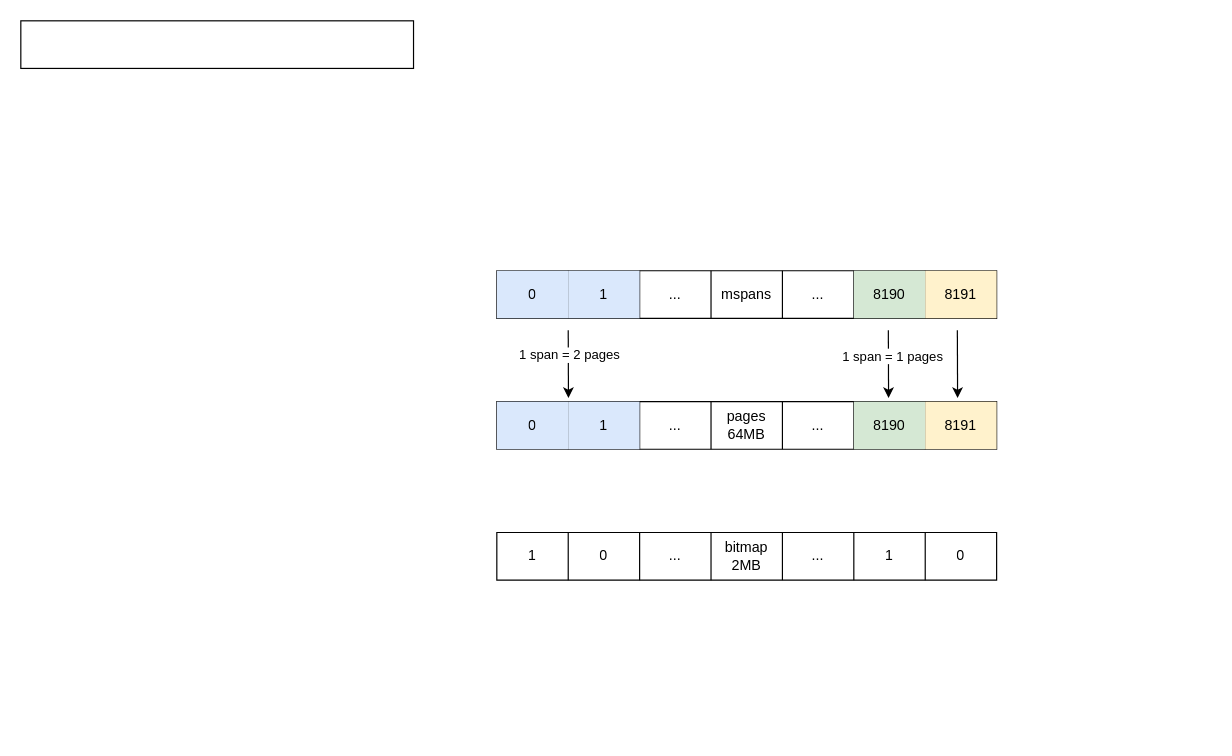
Earlier version of the draw.io diagram Untitled Diagram.drawio (henrykin/diagram). Source tidied: cells renumbered, new cells numbered last; positions are measured from the earlier drawing's top-left corner, leaving out a move shared by most shapes. Both pictures are drawn from the tidied source at 119%, with x=0, y=0 at pixel (20, 20).
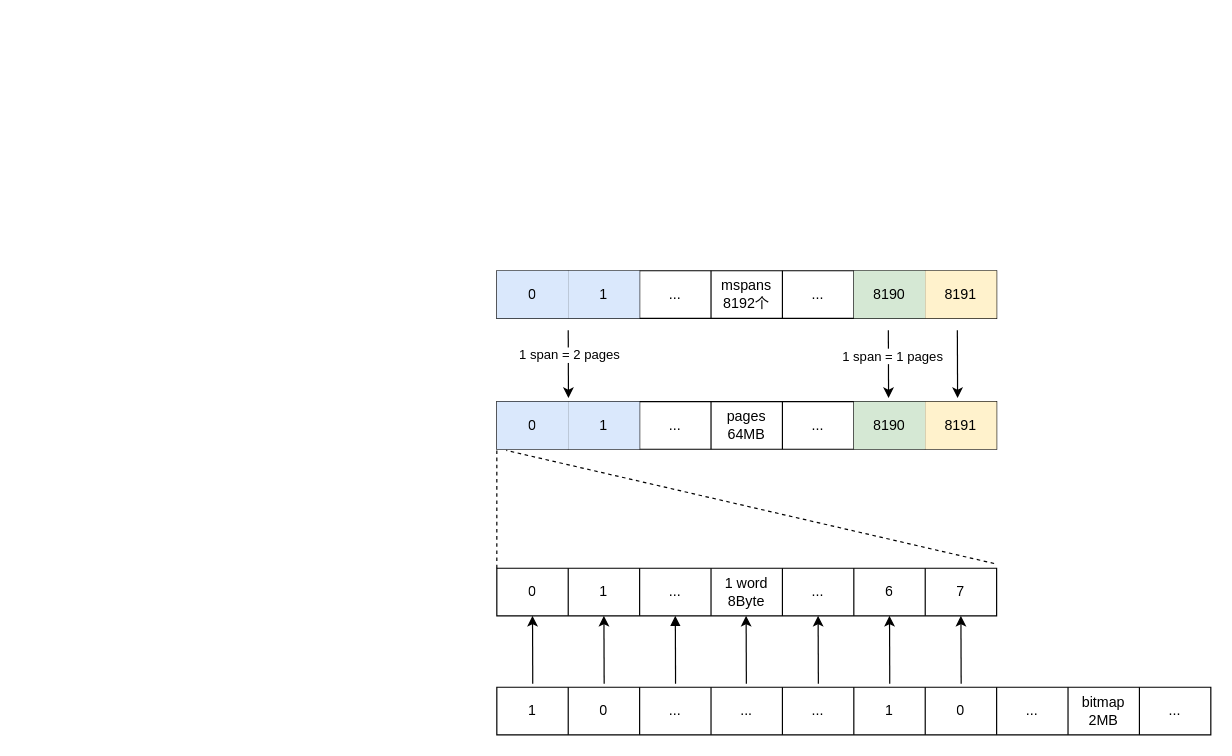
Above is the later version.

The change refers to these unchanged cells:
```xml
<mxCell id="12" style="shape=tableRow;horizontal=0;startSize=0;swimlaneHead=0;swimlaneBody=0;top=0;left=0;bottom=0;right=0;fillColor=none;" parent="11" vertex="1">
  <mxGeometry width="420" height="40" as="geometry" />
</mxCell>
<mxCell id="22" value="0" style="shape=partialRectangle;html=1;whiteSpace=wrap;overflow=hidden;fillColor=#dae8fc;top=0;left=0;bottom=0;right=0;strokeColor=#6c8ebf;" parent="21" vertex="1">
  <mxGeometry width="60" height="40" as="geometry" />
</mxCell>
```

Diff of the diagram source:
```diff
@@
     <mxCell id="2" style="shape=table;startSize=0;childLayout=tableLayout;" parent="1" vertex="1">
-      <mxGeometry x="400" y="430" width="420" height="40" as="geometry" />
+      <mxGeometry x="400" y="560" width="600" height="40" as="geometry" />
     </mxCell>
     <mxCell id="3" style="shape=tableRow;horizontal=0;startSize=0;swimlaneHead=0;swimlaneBody=0;top=0;left=0;bottom=0;right=0;fillColor=none;" parent="2" vertex="1">
-      <mxGeometry width="420" height="40" as="geometry" />
+      <mxGeometry width="600" height="40" as="geometry" />
     </mxCell>
@@
-    <mxCell id="7" value="bitmap&lt;br&gt;2MB" style="shape=partialRectangle;html=1;whiteSpace=wrap;overflow=hidden;fillColor=none;top=0;left=0;bottom=0;right=0;" parent="3" vertex="1">
+    <mxCell id="7" value="..." style="shape=partialRectangle;html=1;whiteSpace=wrap;overflow=hidden;fillColor=none;top=0;left=0;bottom=0;right=0;" parent="3" vertex="1">
       <mxGeometry x="180" width="60" height="40" as="geometry" />
     </mxCell>
@@
+    <mxCell id="35" value="..." style="shape=partialRectangle;html=1;whiteSpace=wrap;overflow=hidden;fillColor=none;top=0;left=0;bottom=0;right=0;" parent="3" vertex="1">
+      <mxGeometry x="420" width="60" height="40" as="geometry" />
+    </mxCell>
+    <mxCell id="36" value="bitmap&lt;br&gt;2MB" style="shape=partialRectangle;html=1;whiteSpace=wrap;overflow=hidden;fillColor=none;top=0;left=0;bottom=0;right=0;" parent="3" vertex="1">
+      <mxGeometry x="480" width="60" height="40" as="geometry" />
+    </mxCell>
+    <mxCell id="37" value="..." style="shape=partialRectangle;html=1;whiteSpace=wrap;overflow=hidden;fillColor=none;top=0;left=0;bottom=0;right=0;" parent="3" vertex="1">
+      <mxGeometry x="540" width="60" height="40" as="geometry" />
+    </mxCell>
@@
-    <mxCell id="16" value="mspans" style="shape=partialRectangle;html=1;whiteSpace=wrap;overflow=hidden;fillColor=none;top=0;left=0;bottom=0;right=0;" parent="12" vertex="1">
+    <mxCell id="16" value="mspans&lt;br&gt;8192个" style="shape=partialRectangle;html=1;whiteSpace=wrap;overflow=hidden;fillColor=none;top=0;left=0;bottom=0;right=0;" parent="12" vertex="1">
       <mxGeometry x="180" width="60" height="40" as="geometry" />
     </mxCell>
@@
-    <mxCell id="34" style="rounded=0;whiteSpace=wrap;html=1;" parent="1" vertex="1">
-      <mxGeometry width="330" height="40" as="geometry" />
-    </mxCell>
+    <mxCell id="38" style="shape=table;startSize=0;childLayout=tableLayout;" parent="1" vertex="1">
+      <mxGeometry x="400" y="460" width="420" height="40" as="geometry" />
+    </mxCell>
+    <mxCell id="39" style="shape=tableRow;horizontal=0;startSize=0;swimlaneHead=0;swimlaneBody=0;top=0;left=0;bottom=0;right=0;fillColor=none;points=[[0,0.5],[1,0.5]];portConstraint=eastwest;" parent="38" vertex="1">
+      <mxGeometry width="420" height="40" as="geometry" />
+    </mxCell>
+    <mxCell id="40" value="0" style="shape=partialRectangle;html=1;whiteSpace=wrap;overflow=hidden;fillColor=none;top=0;left=0;bottom=0;right=0;" parent="39" vertex="1">
+      <mxGeometry width="60" height="40" as="geometry" />
+    </mxCell>
+    <mxCell id="41" value="1" style="shape=partialRectangle;html=1;whiteSpace=wrap;overflow=hidden;fillColor=none;top=0;left=0;bottom=0;right=0;" parent="39" vertex="1">
+      <mxGeometry x="60" width="60" height="40" as="geometry" />
+    </mxCell>
+    <mxCell id="42" value="..." style="shape=partialRectangle;html=1;whiteSpace=wrap;overflow=hidden;fillColor=none;top=0;left=0;bottom=0;right=0;" parent="39" vertex="1">
+      <mxGeometry x="120" width="60" height="40" as="geometry" />
+    </mxCell>
+    <mxCell id="43" value="1 word&lt;br&gt;8Byte" style="shape=partialRectangle;html=1;whiteSpace=wrap;overflow=hidden;fillColor=none;top=0;left=0;bottom=0;right=0;" parent="39" vertex="1">
+      <mxGeometry x="180" width="60" height="40" as="geometry" />
+    </mxCell>
+    <mxCell id="44" value="..." style="shape=partialRectangle;html=1;whiteSpace=wrap;overflow=hidden;fillColor=none;top=0;left=0;bottom=0;right=0;" parent="39" vertex="1">
+      <mxGeometry x="240" width="60" height="40" as="geometry" />
+    </mxCell>
+    <mxCell id="45" value="6" style="shape=partialRectangle;html=1;whiteSpace=wrap;overflow=hidden;fillColor=none;top=0;left=0;bottom=0;right=0;" parent="39" vertex="1">
+      <mxGeometry x="300" width="60" height="40" as="geometry" />
+    </mxCell>
+    <mxCell id="46" value="7" style="shape=partialRectangle;html=1;whiteSpace=wrap;overflow=hidden;fillColor=none;top=0;left=0;bottom=0;right=0;" parent="39" vertex="1">
+      <mxGeometry x="360" width="60" height="40" as="geometry" />
+    </mxCell>
+    <mxCell id="47" style="endArrow=none;html=1;rounded=0;exitX=0.14;exitY=1.075;exitDx=0;exitDy=0;exitPerimeter=0;startArrow=classic;startFill=1;endFill=0;" parent="1" edge="1">
+      <mxGeometry relative="1" as="geometry">
+        <mxPoint x="430" y="500" as="sourcePoint" />
+        <mxPoint x="430.2" y="557" as="targetPoint" />
+      </mxGeometry>
+    </mxCell>
+    <mxCell id="48" style="endArrow=none;html=1;rounded=0;exitX=0.14;exitY=1.075;exitDx=0;exitDy=0;exitPerimeter=0;startArrow=classic;startFill=1;endFill=0;" parent="1" edge="1">
+      <mxGeometry relative="1" as="geometry">
+        <mxPoint x="490" y="500" as="sourcePoint" />
+        <mxPoint x="490.2" y="557" as="targetPoint" />
+      </mxGeometry>
+    </mxCell>
+    <mxCell id="49" style="endArrow=none;html=1;rounded=0;exitX=0.14;exitY=1.075;exitDx=0;exitDy=0;exitPerimeter=0;startArrow=block;startFill=1;endFill=0;" parent="1" edge="1">
+      <mxGeometry relative="1" as="geometry">
+        <mxPoint x="550" y="500" as="sourcePoint" />
+        <mxPoint x="550.2" y="557" as="targetPoint" />
+      </mxGeometry>
+    </mxCell>
+    <mxCell id="50" style="endArrow=none;html=1;rounded=0;exitX=0.14;exitY=1.075;exitDx=0;exitDy=0;exitPerimeter=0;startArrow=classic;startFill=1;endFill=0;" parent="1" edge="1">
+      <mxGeometry relative="1" as="geometry">
+        <mxPoint x="609.5" y="500" as="sourcePoint" />
+        <mxPoint x="609.7" y="557" as="targetPoint" />
+      </mxGeometry>
+    </mxCell>
+    <mxCell id="51" style="endArrow=none;html=1;rounded=0;exitX=0.14;exitY=1.075;exitDx=0;exitDy=0;exitPerimeter=0;startArrow=classic;startFill=1;endFill=0;" parent="1" edge="1">
+      <mxGeometry relative="1" as="geometry">
+        <mxPoint x="670" y="500" as="sourcePoint" />
+        <mxPoint x="670.2" y="557" as="targetPoint" />
+      </mxGeometry>
+    </mxCell>
+    <mxCell id="52" style="endArrow=none;html=1;rounded=0;exitX=0.14;exitY=1.075;exitDx=0;exitDy=0;exitPerimeter=0;startArrow=classic;startFill=1;endFill=0;" parent="1" edge="1">
+      <mxGeometry relative="1" as="geometry">
+        <mxPoint x="730" y="500" as="sourcePoint" />
+        <mxPoint x="730.2" y="557" as="targetPoint" />
+      </mxGeometry>
+    </mxCell>
+    <mxCell id="53" style="endArrow=none;html=1;rounded=0;exitX=0.14;exitY=1.075;exitDx=0;exitDy=0;exitPerimeter=0;startArrow=classic;startFill=1;endFill=0;" parent="1" edge="1">
+      <mxGeometry relative="1" as="geometry">
+        <mxPoint x="790" y="500" as="sourcePoint" />
+        <mxPoint x="790.2" y="557" as="targetPoint" />
+      </mxGeometry>
+    </mxCell>
+    <mxCell id="54" style="endArrow=none;html=1;rounded=0;exitX=0;exitY=0;exitDx=0;exitDy=0;exitPerimeter=0;entryX=0;entryY=1;entryDx=0;entryDy=0;dashed=1;" parent="1" edge="1" source="39" target="22">
+      <mxGeometry relative="1" as="geometry" />
+    </mxCell>
+    <mxCell id="55" style="endArrow=none;html=1;rounded=0;exitX=0.995;exitY=-0.1;exitDx=0;exitDy=0;exitPerimeter=0;entryX=0.133;entryY=1.025;entryDx=0;entryDy=0;entryPerimeter=0;dashed=1;" parent="1" edge="1" source="39" target="22">
+      <mxGeometry relative="1" as="geometry" />
+    </mxCell>
```
